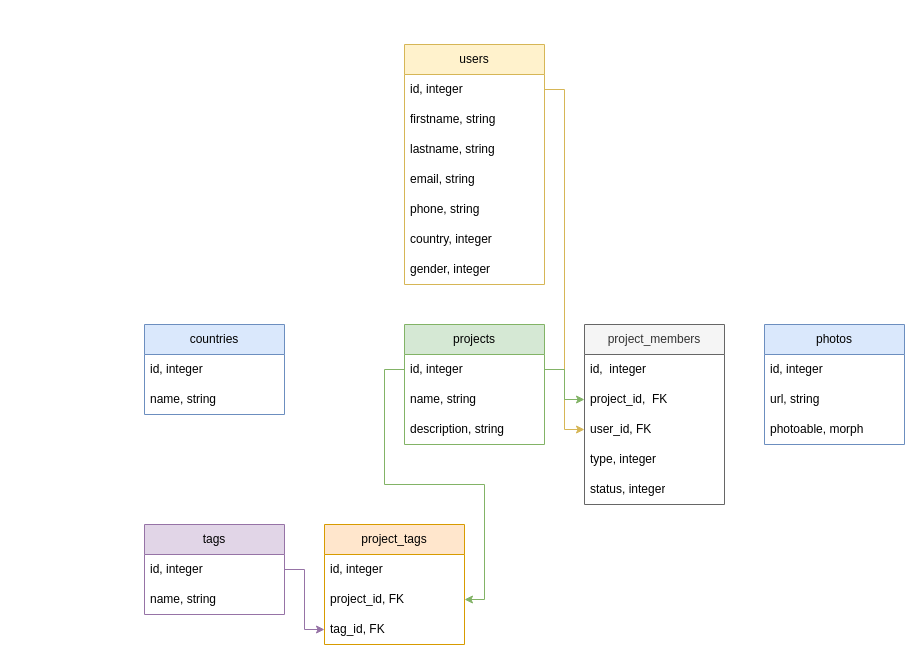
The draw.io diagram Untitled Diagram.drawio in Ahmadrameen/Ahmadrameen, before the edit. Source tidied: cells renumbered, new cells numbered last; positions are measured from the earlier drawing's top-left corner, leaving out a move shared by most shapes. Both pictures are drawn from the tidied source at 100%, with x=0, y=0 at pixel (144, 44).
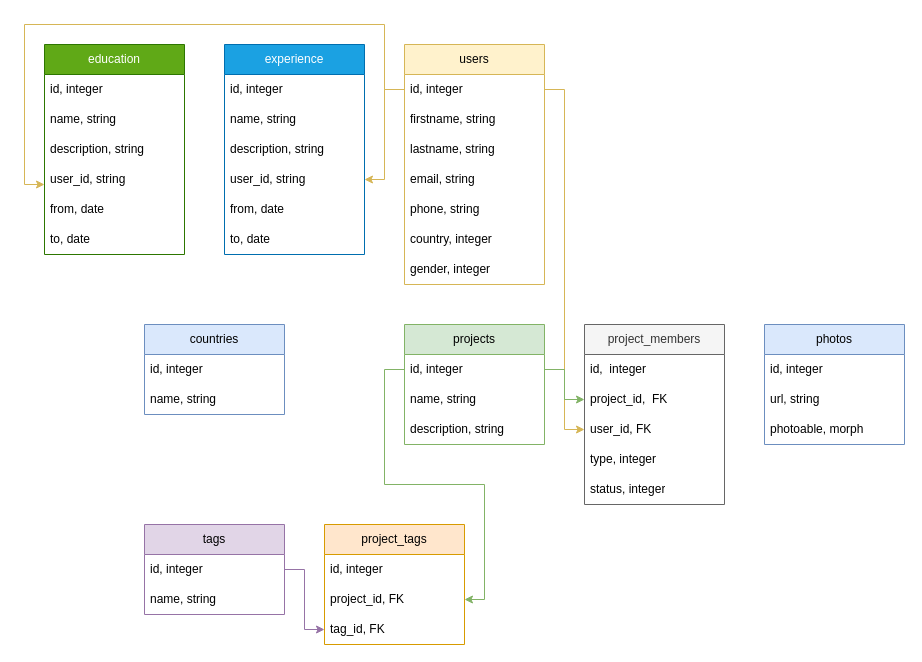
Above is the later version.

Commit message:
Added education and experience

Unchanged cells that the change refers to:
```xml
<mxCell id="3" value="id, integer" style="text;strokeColor=none;fillColor=none;align=left;verticalAlign=middle;spacingLeft=4;spacingRight=4;overflow=hidden;points=[[0,0.5],[1,0.5]];portConstraint=eastwest;whiteSpace=wrap;html=1;" parent="2" vertex="1">
  <mxGeometry y="30" width="140" height="30" as="geometry" />
</mxCell>
```

Change to the diagram source:
```diff
@@
+    <mxCell id="38" value="education" style="swimlane;fontStyle=0;horizontal=1;startSize=30;whiteSpace=wrap;html=1;fillColor=#60a917;strokeColor=#2D7600;fontColor=#ffffff;" parent="1" vertex="1">
+      <mxGeometry x="-100" width="140" height="210" as="geometry" />
+    </mxCell>
+    <mxCell id="39" value="id, integer" style="text;strokeColor=none;fillColor=none;align=left;verticalAlign=middle;spacingLeft=4;spacingRight=4;overflow=hidden;whiteSpace=wrap;html=1;" parent="38" vertex="1">
+      <mxGeometry y="30" width="140" height="30" as="geometry" />
+    </mxCell>
+    <mxCell id="40" value="name, string" style="text;strokeColor=none;fillColor=none;align=left;verticalAlign=middle;spacingLeft=4;spacingRight=4;overflow=hidden;whiteSpace=wrap;html=1;" parent="38" vertex="1">
+      <mxGeometry y="60" width="140" height="30" as="geometry" />
+    </mxCell>
+    <mxCell id="41" value="description, string" style="text;strokeColor=none;fillColor=none;align=left;verticalAlign=middle;spacingLeft=4;spacingRight=4;overflow=hidden;whiteSpace=wrap;html=1;" parent="38" vertex="1">
+      <mxGeometry y="90" width="140" height="30" as="geometry" />
+    </mxCell>
+    <mxCell id="42" value="user_id, string" style="text;strokeColor=none;fillColor=none;align=left;verticalAlign=middle;spacingLeft=4;spacingRight=4;overflow=hidden;whiteSpace=wrap;html=1;" parent="38" vertex="1">
+      <mxGeometry y="120" width="140" height="30" as="geometry" />
+    </mxCell>
+    <mxCell id="43" value="from, date" style="text;strokeColor=none;fillColor=none;align=left;verticalAlign=middle;spacingLeft=4;spacingRight=4;overflow=hidden;whiteSpace=wrap;html=1;" parent="38" vertex="1">
+      <mxGeometry y="150" width="140" height="30" as="geometry" />
+    </mxCell>
+    <mxCell id="44" value="to, date" style="text;strokeColor=none;fillColor=none;align=left;verticalAlign=middle;spacingLeft=4;spacingRight=4;overflow=hidden;whiteSpace=wrap;html=1;" parent="38" vertex="1">
+      <mxGeometry y="180" width="140" height="30" as="geometry" />
+    </mxCell>
+    <mxCell id="45" value="experience" style="swimlane;fontStyle=0;horizontal=1;startSize=30;whiteSpace=wrap;html=1;fillColor=#1ba1e2;strokeColor=#006EAF;fontColor=#ffffff;" parent="1" vertex="1">
+      <mxGeometry x="80" width="140" height="210" as="geometry" />
+    </mxCell>
+    <mxCell id="46" value="id, integer" style="text;strokeColor=none;fillColor=none;align=left;verticalAlign=middle;spacingLeft=4;spacingRight=4;overflow=hidden;whiteSpace=wrap;html=1;" parent="45" vertex="1">
+      <mxGeometry y="30" width="140" height="30" as="geometry" />
+    </mxCell>
+    <mxCell id="47" value="name, string" style="text;strokeColor=none;fillColor=none;align=left;verticalAlign=middle;spacingLeft=4;spacingRight=4;overflow=hidden;whiteSpace=wrap;html=1;" parent="45" vertex="1">
+      <mxGeometry y="60" width="140" height="30" as="geometry" />
+    </mxCell>
+    <mxCell id="48" value="description, string" style="text;strokeColor=none;fillColor=none;align=left;verticalAlign=middle;spacingLeft=4;spacingRight=4;overflow=hidden;whiteSpace=wrap;html=1;" parent="45" vertex="1">
+      <mxGeometry y="90" width="140" height="30" as="geometry" />
+    </mxCell>
+    <mxCell id="49" value="user_id, string" style="text;strokeColor=none;fillColor=none;align=left;verticalAlign=middle;spacingLeft=4;spacingRight=4;overflow=hidden;points=[[0,0.5],[1,0.5]];portConstraint=eastwest;whiteSpace=wrap;html=1;" parent="45" vertex="1">
+      <mxGeometry y="120" width="140" height="30" as="geometry" />
+    </mxCell>
+    <mxCell id="50" value="from, date" style="text;strokeColor=none;fillColor=none;align=left;verticalAlign=middle;spacingLeft=4;spacingRight=4;overflow=hidden;whiteSpace=wrap;html=1;" parent="45" vertex="1">
+      <mxGeometry y="150" width="140" height="30" as="geometry" />
+    </mxCell>
+    <mxCell id="51" value="to, date" style="text;strokeColor=none;fillColor=none;align=left;verticalAlign=middle;spacingLeft=4;spacingRight=4;overflow=hidden;whiteSpace=wrap;html=1;" parent="45" vertex="1">
+      <mxGeometry y="180" width="140" height="30" as="geometry" />
+    </mxCell>
+    <mxCell id="52" style="edgeStyle=orthogonalEdgeStyle;rounded=0;jettySize=auto;html=1;exitX=0;exitY=0.5;exitDx=0;exitDy=0;fillColor=#fff2cc;strokeColor=#d6b656;entryX=1;entryY=0.5;entryDx=0;entryDy=0;" parent="1" edge="1" source="3" target="49">
+      <mxGeometry relative="1" as="geometry" />
+    </mxCell>
+    <mxCell id="53" style="edgeStyle=orthogonalEdgeStyle;rounded=0;jettySize=auto;html=1;exitX=0;exitY=0.5;exitDx=0;exitDy=0;fillColor=#fff2cc;strokeColor=#d6b656;" parent="1" edge="1" source="3">
+      <mxGeometry relative="1" as="geometry">
+        <mxPoint x="-100" y="140" as="targetPoint" />
+        <Array as="points">
+          <mxPoint x="240" y="45" />
+          <mxPoint x="240" y="-20" />
+          <mxPoint x="-120" y="-20" />
+          <mxPoint x="-120" y="140" />
+        </Array>
+      </mxGeometry>
+    </mxCell>
```
